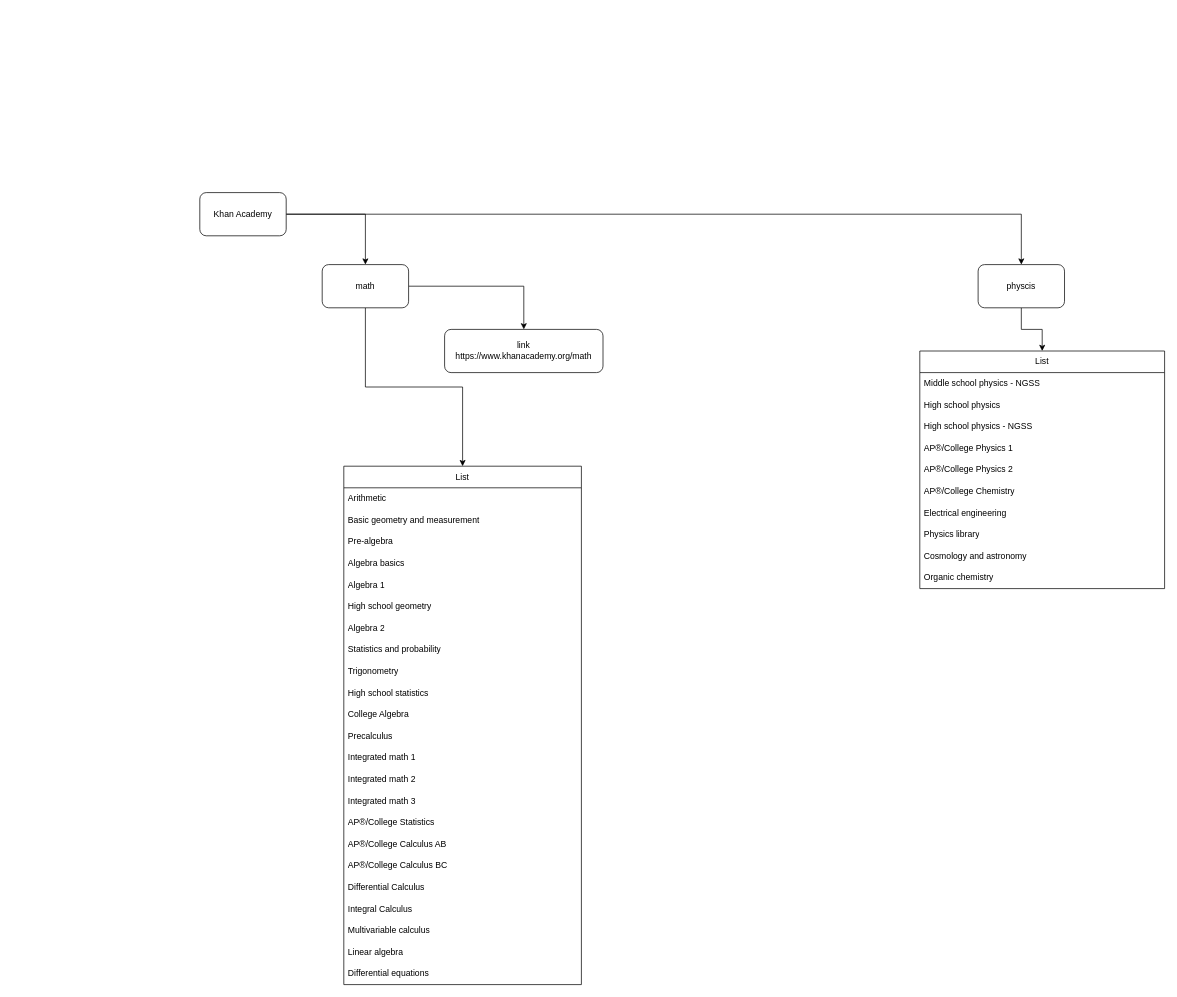
This is page "roadmap" (1 of 2) of roadmap.drawio from Mini-Pingu/math_physics, a draw.io file, before an edit. Source tidied: cells renumbered, new cells numbered last; positions are measured from the earlier drawing's top-left corner, leaving out a move shared by most shapes. Both pictures are drawn from the tidied source at 72%, with x=0, y=0 at pixel (199, 192).
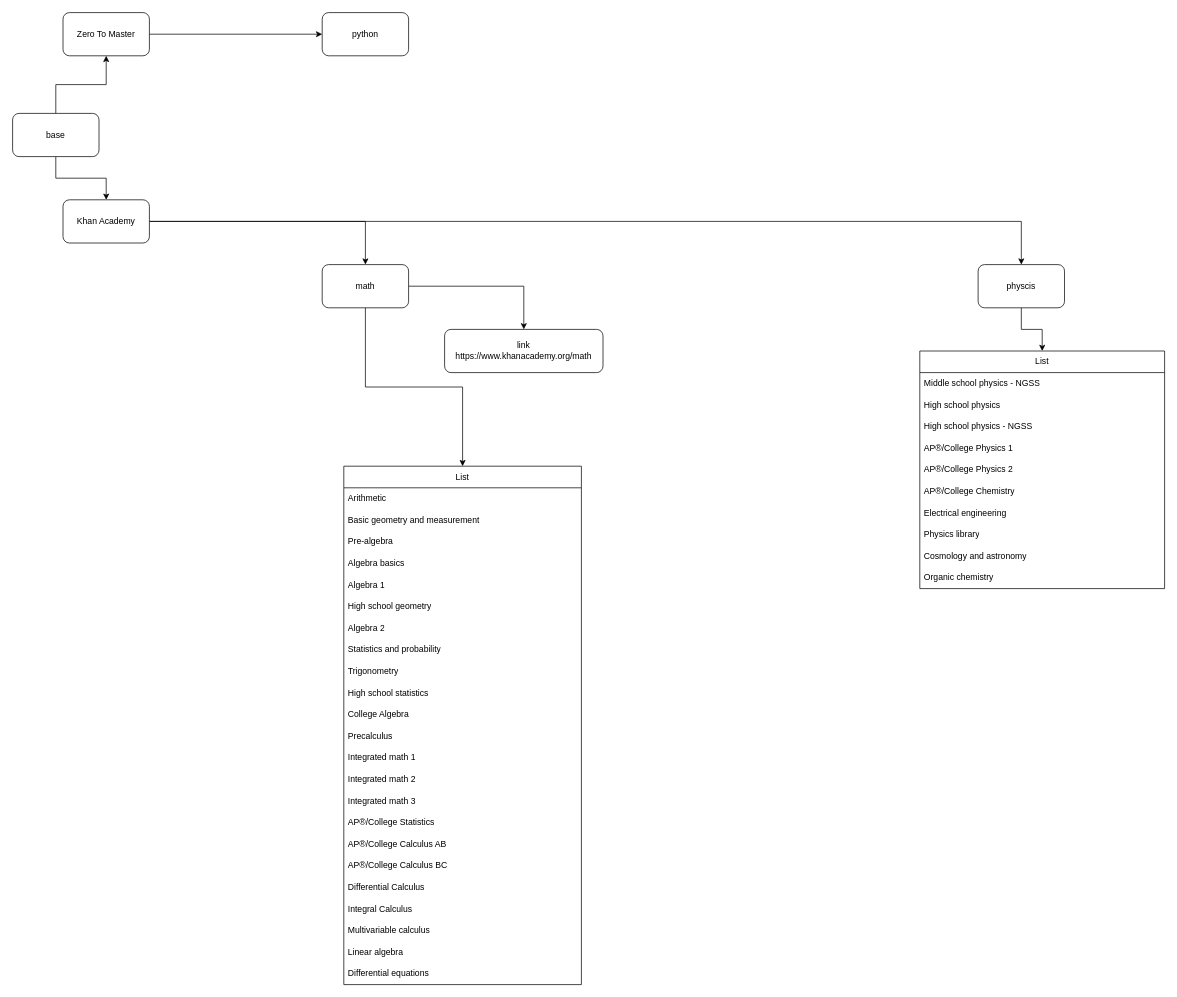
After the change.

Diff of the diagram source:
```diff
@@
     <mxCell id="4" value="Khan Academy" style="rounded=1;whiteSpace=wrap;html=1;" parent="1" vertex="1">
-      <mxGeometry width="120" height="60" as="geometry" />
+      <mxGeometry x="-190" y="10" width="120" height="60" as="geometry" />
     </mxCell>
@@
+    <mxCell id="46" value="python" style="rounded=1;whiteSpace=wrap;html=1;" parent="1" vertex="1">
+      <mxGeometry x="170" y="-250" width="120" height="60" as="geometry" />
+    </mxCell>
+    <mxCell id="47" style="edgeStyle=orthogonalEdgeStyle;rounded=0;jettySize=auto;html=1;" parent="1" edge="1" source="48" target="46">
+      <mxGeometry relative="1" as="geometry" />
+    </mxCell>
+    <mxCell id="48" value="Zero To Master" style="rounded=1;whiteSpace=wrap;html=1;" parent="1" vertex="1">
+      <mxGeometry x="-190" y="-250" width="120" height="60" as="geometry" />
+    </mxCell>
+    <mxCell id="49" style="edgeStyle=orthogonalEdgeStyle;rounded=0;jettySize=auto;html=1;" parent="1" edge="1" source="51" target="48">
+      <mxGeometry relative="1" as="geometry" />
+    </mxCell>
+    <mxCell id="50" style="edgeStyle=orthogonalEdgeStyle;rounded=0;jettySize=auto;html=1;" parent="1" edge="1" source="51" target="4">
+      <mxGeometry relative="1" as="geometry" />
+    </mxCell>
+    <mxCell id="51" value="base" style="rounded=1;whiteSpace=wrap;html=1;" parent="1" vertex="1">
+      <mxGeometry x="-260" y="-110" width="120" height="60" as="geometry" />
+    </mxCell>
```
